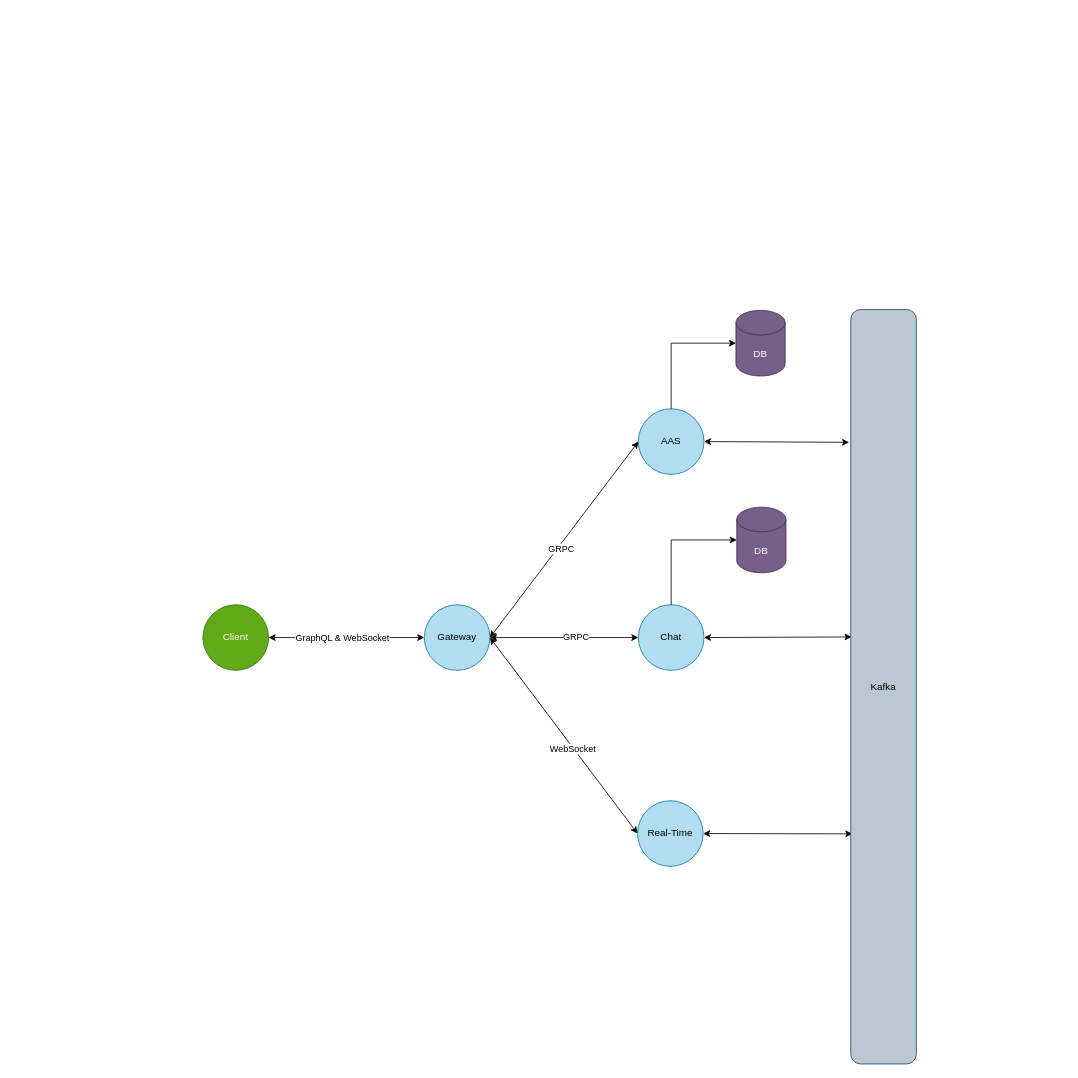
Above: documentation/Overview Architecture.drawio in Kirlos-Melad/Veigo-Chat (draw.io), before the change. Source tidied: cells renumbered, new cells numbered last; positions are measured from the earlier drawing's top-left corner, leaving out a move shared by most shapes. Both pictures are drawn from the tidied source at 82%, with x=0, y=0 at pixel (203, 309). Pictures stored in the file or linked from it are replaced by grey dashed boxes.
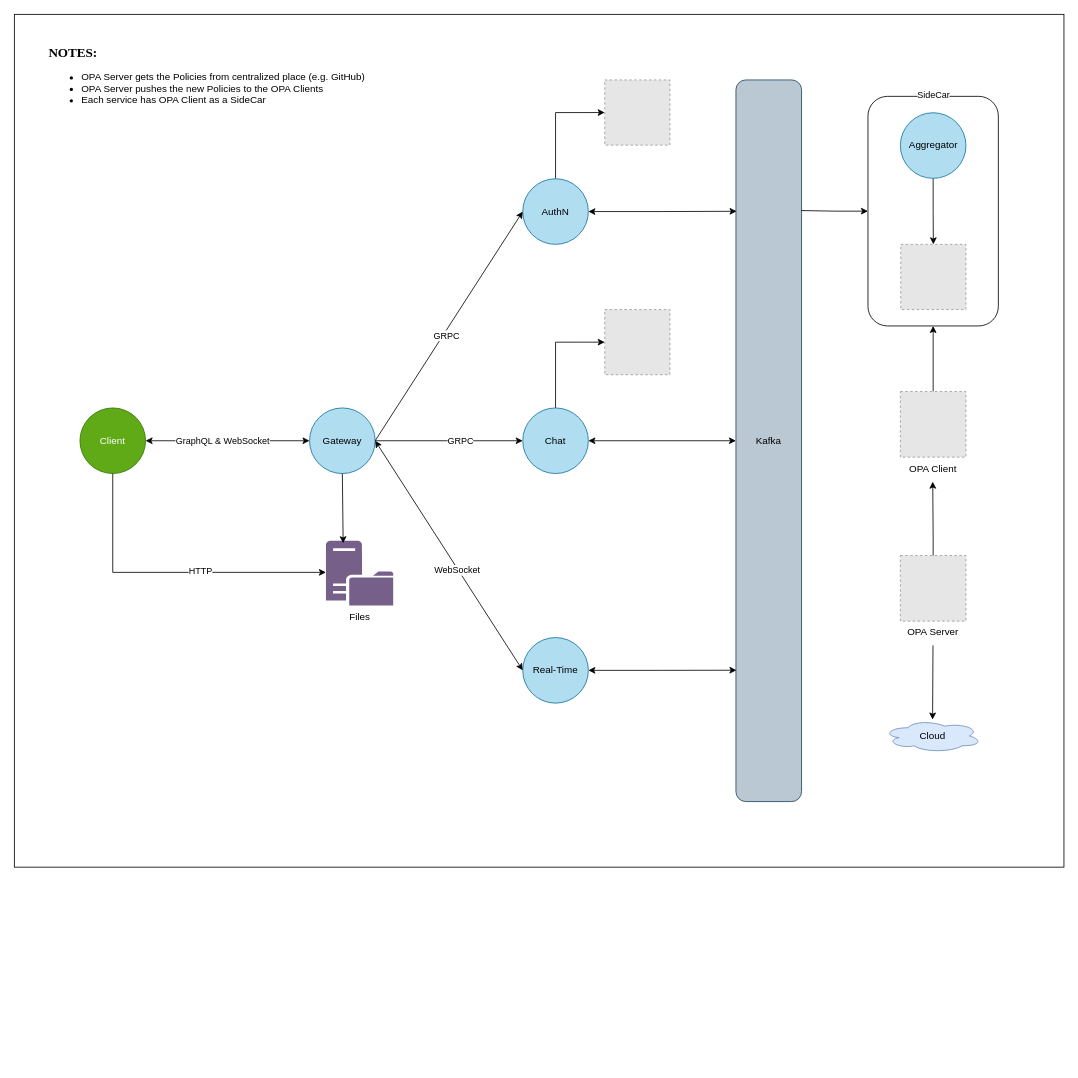
After the change.

Commit message:
Enhance Architecture for better scalability

Diff of the diagram source:
```diff
@@
+    <mxCell id="23" style="rounded=0;whiteSpace=wrap;html=1;fillColor=none;" parent="1" vertex="1">
+      <mxGeometry x="-230" y="-360" width="1280" height="1040" as="geometry" />
+    </mxCell>
+    <mxCell id="24" style="rounded=1;whiteSpace=wrap;html=1;fillColor=none;" parent="1" vertex="1">
+      <mxGeometry x="811" y="-260" width="159" height="280" as="geometry" />
+    </mxCell>
     <mxCell id="2" value="Gateway" style="ellipse;whiteSpace=wrap;html=1;fillColor=#b1ddf0;strokeColor=#10739e;" parent="1" vertex="1">
-      <mxGeometry x="270" y="360" width="80" height="80" as="geometry" />
+      <mxGeometry x="130" y="120" width="80" height="80" as="geometry" />
     </mxCell>
+    <mxCell id="25" style="edgeStyle=orthogonalEdgeStyle;rounded=0;jettySize=auto;html=1;entryX=0;entryY=0.5;entryDx=0;entryDy=0;" parent="1" edge="1" source="3" target="42">
+      <mxGeometry relative="1" as="geometry">
+        <Array as="points">
+          <mxPoint x="430" y="40" />
+        </Array>
+      </mxGeometry>
+    </mxCell>
+    <mxCell id="7" style="edgeStyle=orthogonalEdgeStyle;rounded=0;jettySize=auto;html=1;entryX=0;entryY=0.5;entryDx=0;entryDy=0;startArrow=classic;startFill=1;" parent="1" edge="1" source="3" target="20">
+      <mxGeometry relative="1" as="geometry" />
+    </mxCell>
     <mxCell id="3" value="Chat" style="ellipse;whiteSpace=wrap;html=1;fillColor=#b1ddf0;strokeColor=#10739e;" parent="1" vertex="1">
-      <mxGeometry x="531" y="360" width="80" height="80" as="geometry" />
+      <mxGeometry x="390" y="120" width="80" height="80" as="geometry" />
     </mxCell>
+    <mxCell id="26" style="edgeStyle=orthogonalEdgeStyle;rounded=0;jettySize=auto;html=1;entryX=0;entryY=0.5;entryDx=0;entryDy=0;" parent="1" edge="1" source="4" target="43">
+      <mxGeometry relative="1" as="geometry">
+        <Array as="points">
+          <mxPoint x="430" y="-240" />
+        </Array>
+      </mxGeometry>
+    </mxCell>
-    <mxCell id="4" value="AAS" style="ellipse;whiteSpace=wrap;html=1;fillColor=#b1ddf0;strokeColor=#10739e;" parent="1" vertex="1">
-      <mxGeometry x="531" y="121" width="80" height="80" as="geometry" />
+    <mxCell id="4" value="AuthN" style="ellipse;whiteSpace=wrap;html=1;fillColor=#b1ddf0;strokeColor=#10739e;" parent="1" vertex="1">
+      <mxGeometry x="390" y="-159.5" width="80" height="80" as="geometry" />
     </mxCell>
     <mxCell id="5" value="Real-Time" style="ellipse;whiteSpace=wrap;html=1;fillColor=#b1ddf0;strokeColor=#10739e;" parent="1" vertex="1">
-      <mxGeometry x="530" y="599" width="80" height="80" as="geometry" />
+      <mxGeometry x="390" y="400" width="80" height="80" as="geometry" />
     </mxCell>
-    <mxCell id="6" style="endArrow=classic;startArrow=classic;html=1;rounded=0;exitX=1;exitY=0.5;exitDx=0;exitDy=0;entryX=-0.025;entryY=0.176;entryDx=0;entryDy=0;entryPerimeter=0;" parent="1" edge="1" source="4" target="20">
-      <mxGeometry relative="1" as="geometry" />
-    </mxCell>
-    <mxCell id="7" style="endArrow=classic;startArrow=classic;html=1;rounded=0;exitX=1;exitY=0.5;exitDx=0;exitDy=0;entryX=0.013;entryY=0.434;entryDx=0;entryDy=0;entryPerimeter=0;" parent="1" edge="1" source="3" target="20">
-      <mxGeometry relative="1" as="geometry" />
-    </mxCell>
-    <mxCell id="8" style="endArrow=classic;startArrow=classic;html=1;rounded=0;exitX=1;exitY=0.5;exitDx=0;exitDy=0;entryX=0.025;entryY=0.695;entryDx=0;entryDy=0;entryPerimeter=0;" parent="1" edge="1" source="5" target="20">
-      <mxGeometry relative="1" as="geometry" />
-    </mxCell>
-    <mxCell id="9" style="endArrow=classic;startArrow=classic;html=1;rounded=0;exitX=1;exitY=0.5;exitDx=0;exitDy=0;entryX=0;entryY=0.5;entryDx=0;entryDy=0;" parent="1" edge="1" source="2" target="3">
+    <mxCell id="9" style="endArrow=classic;startArrow=none;html=1;rounded=0;exitX=1;exitY=0.5;exitDx=0;exitDy=0;entryX=0;entryY=0.5;entryDx=0;entryDy=0;startFill=0;" parent="1" edge="1" source="2" target="3">
       <mxGeometry relative="1" as="geometry" />
     </mxCell>
@@
-    <mxCell id="11" style="endArrow=classic;startArrow=classic;html=1;rounded=0;exitX=1;exitY=0.5;exitDx=0;exitDy=0;entryX=0;entryY=0.5;entryDx=0;entryDy=0;" parent="1" edge="1" source="2" target="4">
+    <mxCell id="11" style="endArrow=classic;startArrow=none;html=1;rounded=0;exitX=1;exitY=0.5;exitDx=0;exitDy=0;entryX=0;entryY=0.5;entryDx=0;entryDy=0;startFill=0;" parent="1" edge="1" source="2" target="4">
       <mxGeometry relative="1" as="geometry" />
     </mxCell>
@@
     <mxCell id="17" value="Client" style="ellipse;whiteSpace=wrap;html=1;fillColor=#60a917;fontColor=#ffffff;strokeColor=#2D7600;" parent="1" vertex="1">
-      <mxGeometry y="360" width="80" height="80" as="geometry" />
+      <mxGeometry x="-150" y="120" width="80" height="80" as="geometry" />
     </mxCell>
-    <mxCell id="18" value="DB" style="shape=cylinder3;whiteSpace=wrap;html=1;boundedLbl=1;backgroundOutline=1;size=15;fillColor=#76608a;strokeColor=#432D57;fontColor=#ffffff;" parent="1" vertex="1">
-      <mxGeometry x="650" y="1" width="60" height="80" as="geometry" />
-    </mxCell>
-    <mxCell id="19" value="DB" style="shape=cylinder3;whiteSpace=wrap;html=1;boundedLbl=1;backgroundOutline=1;size=15;fillColor=#76608a;fontColor=#ffffff;strokeColor=#432D57;" parent="1" vertex="1">
-      <mxGeometry x="651" y="241" width="60" height="80" as="geometry" />
-    </mxCell>
     <mxCell id="20" value="Kafka" style="rounded=1;whiteSpace=wrap;html=1;fillColor=#bac8d3;strokeColor=#23445d;" parent="1" vertex="1">
-      <mxGeometry x="790" width="80" height="920" as="geometry" />
+      <mxGeometry x="650" y="-280" width="80" height="880" as="geometry" />
     </mxCell>
-    <mxCell id="21" style="edgeStyle=orthogonalEdgeStyle;rounded=0;jettySize=auto;html=1;entryX=0;entryY=0.5;entryDx=0;entryDy=0;entryPerimeter=0;" parent="1" edge="1" source="4" target="18">
-      <mxGeometry relative="1" as="geometry">
-        <Array as="points">
-          <mxPoint x="571" y="41" />
-        </Array>
-      </mxGeometry>
-    </mxCell>
-    <mxCell id="22" style="edgeStyle=orthogonalEdgeStyle;rounded=0;jettySize=auto;html=1;entryX=0;entryY=0.5;entryDx=0;entryDy=0;entryPerimeter=0;" parent="1" edge="1" source="3" target="19">
-      <mxGeometry relative="1" as="geometry">
-        <Array as="points">
-          <mxPoint x="571" y="281" />
-        </Array>
-      </mxGeometry>
-    </mxCell>
+    <mxCell id="27" value="Files" style="sketch=0;shadow=0;dashed=0;html=1;strokeColor=none;labelPosition=center;verticalLabelPosition=bottom;verticalAlign=top;align=center;fillColor=#76608A;shape=mxgraph.mscae.system_center.distribution_point;" parent="1" vertex="1">
+      <mxGeometry x="150" y="282" width="82" height="79" as="geometry" />
+    </mxCell>
+    <mxCell id="28" style="rounded=0;jettySize=auto;html=1;entryX=0.256;entryY=0.038;entryDx=0;entryDy=0;entryPerimeter=0;" parent="1" edge="1" source="2" target="27">
+      <mxGeometry relative="1" as="geometry" />
+    </mxCell>
+    <mxCell id="29" style="edgeStyle=orthogonalEdgeStyle;rounded=0;orthogonalLoop=1;jettySize=auto;html=1;entryX=0;entryY=0.5;entryDx=0;entryDy=0;entryPerimeter=0;startArrow=none;startFill=0;" parent="1" edge="1">
+      <mxGeometry relative="1" as="geometry">
+        <mxPoint x="-110" y="200" as="sourcePoint" />
+        <mxPoint x="150" y="320.5" as="targetPoint" />
+        <Array as="points">
+          <mxPoint x="-110" y="321" />
+        </Array>
+      </mxGeometry>
+    </mxCell>
+    <mxCell id="30" value="HTTP" style="edgeLabel;html=1;align=center;verticalAlign=middle;" parent="29" vertex="1">
+      <mxGeometry x="0.19" y="3" relative="1" as="geometry">
+        <mxPoint x="1" y="1" as="offset" />
+      </mxGeometry>
+    </mxCell>
+    <mxCell id="31" value="SideCar" style="edgeLabel;html=1;align=center;verticalAlign=middle;" parent="29" vertex="1">
+      <mxGeometry x="0.19" y="3" relative="1" as="geometry">
+        <mxPoint x="895" y="-580" as="offset" />
+      </mxGeometry>
+    </mxCell>
+    <mxCell id="32" style="edgeStyle=orthogonalEdgeStyle;rounded=0;jettySize=auto;html=1;entryX=0.5;entryY=0;entryDx=0;entryDy=0;" parent="1" edge="1" source="33" target="39">
+      <mxGeometry relative="1" as="geometry" />
+    </mxCell>
+    <mxCell id="33" value="Aggregator" style="ellipse;whiteSpace=wrap;html=1;fillColor=#b1ddf0;strokeColor=#10739e;" parent="1" vertex="1">
+      <mxGeometry x="850.5" y="-240" width="80" height="80" as="geometry" />
+    </mxCell>
+    <mxCell id="34" style="edgeStyle=orthogonalEdgeStyle;rounded=0;jettySize=auto;html=1;entryX=0.5;entryY=1;entryDx=0;entryDy=0;exitX=0.5;exitY=0;exitDx=0;exitDy=0;" parent="1" edge="1" source="35" target="24">
+      <mxGeometry relative="1" as="geometry" />
+    </mxCell>
+    <mxCell id="35" value="OPA Client" style="fillColor=#E6E6E6;strokeColor=#999999;dashed=1;verticalLabelPosition=bottom;labelBackgroundColor=default;verticalAlign=top;rotation=0;" parent="1" vertex="1">
+      <mxGeometry x="850.5" y="100" width="80" height="80" as="geometry" />
+    </mxCell>
+    <mxCell id="36" value="OPA Server" style="fillColor=#E6E6E6;strokeColor=#999999;dashed=1;verticalLabelPosition=bottom;labelBackgroundColor=default;verticalAlign=top;rotation=0;" parent="1" vertex="1">
+      <mxGeometry x="850.5" y="300" width="80" height="80" as="geometry" />
+    </mxCell>
+    <mxCell id="37" value="Cloud" style="ellipse;shape=cloud;whiteSpace=wrap;html=1;align=center;fillColor=#dae8fc;strokeColor=#6c8ebf;" parent="1" vertex="1">
+      <mxGeometry x="829.8" y="500" width="120" height="40" as="geometry" />
+    </mxCell>
+    <mxCell id="38" value="&lt;pre&gt;&lt;b&gt;&lt;font face=&quot;Times New Roman&quot; style=&quot;font-size: 16px;&quot;&gt;NOTES:&lt;/font&gt;&lt;/b&gt;&lt;/pre&gt;&lt;div&gt;&lt;ul&gt;&lt;li&gt;&lt;font face=&quot;qGgyCSBYeg5GerJeodt9&quot;&gt;OPA Server gets the Policies from centralized place (e.g. GitHub)&lt;/font&gt;&lt;/li&gt;&lt;li&gt;&lt;font face=&quot;qGgyCSBYeg5GerJeodt9&quot;&gt;OPA Server pushes the new Policies to the OPA Clients&lt;/font&gt;&lt;/li&gt;&lt;li&gt;&lt;font face=&quot;qGgyCSBYeg5GerJeodt9&quot;&gt;Each service has OPA Client as a SideCar&lt;/font&gt;&lt;/li&gt;&lt;/ul&gt;&lt;/div&gt;" style="text;html=1;align=left;verticalAlign=middle;strokeColor=none;fillColor=none;" parent="1" vertex="1">
+      <mxGeometry x="-190" y="-340" width="380" height="110" as="geometry" />
+    </mxCell>
+    <mxCell id="39" style="fillColor=#E6E6E6;strokeColor=#999999;dashed=1;verticalLabelPosition=bottom;labelBackgroundColor=default;verticalAlign=top;rotation=0;" parent="1" vertex="1">
+      <mxGeometry x="851" y="-79.5" width="79.5" height="79.5" as="geometry" />
+    </mxCell>
+    <mxCell id="40" style="edgeStyle=orthogonalEdgeStyle;rounded=0;jettySize=auto;html=1;entryX=0.875;entryY=0.548;entryDx=0;entryDy=0;entryPerimeter=0;" parent="1" edge="1" source="36" target="23">
+      <mxGeometry relative="1" as="geometry" />
+    </mxCell>
+    <mxCell id="41" style="rounded=0;jettySize=auto;html=1;" parent="1" edge="1" target="37">
+      <mxGeometry relative="1" as="geometry">
+        <mxPoint x="890.3" y="409.6" as="sourcePoint" />
+      </mxGeometry>
+    </mxCell>
+    <mxCell id="42" style="fillColor=#E6E6E6;strokeColor=#999999;dashed=1;verticalLabelPosition=bottom;labelBackgroundColor=default;verticalAlign=top;rotation=0;" parent="1" vertex="1">
+      <mxGeometry x="490" width="79.5" height="79.5" as="geometry" />
+    </mxCell>
+    <mxCell id="43" style="fillColor=#E6E6E6;strokeColor=#999999;dashed=1;verticalLabelPosition=bottom;labelBackgroundColor=default;verticalAlign=top;rotation=0;" parent="1" vertex="1">
+      <mxGeometry x="490" y="-280" width="79.5" height="79.5" as="geometry" />
+    </mxCell>
+    <mxCell id="6" style="edgeStyle=orthogonalEdgeStyle;rounded=0;jettySize=auto;html=1;entryX=0.01;entryY=0.182;entryDx=0;entryDy=0;entryPerimeter=0;startArrow=classic;startFill=1;" parent="1" edge="1" source="4" target="20">
+      <mxGeometry relative="1" as="geometry" />
+    </mxCell>
+    <mxCell id="44" style="edgeStyle=orthogonalEdgeStyle;rounded=0;jettySize=auto;html=1;entryX=0.997;entryY=0.181;entryDx=0;entryDy=0;entryPerimeter=0;startArrow=classic;startFill=1;endArrow=none;endFill=0;" parent="1" edge="1" source="24" target="20">
+      <mxGeometry relative="1" as="geometry" />
+    </mxCell>
+    <mxCell id="8" style="edgeStyle=orthogonalEdgeStyle;rounded=0;jettySize=auto;html=1;entryX=0.008;entryY=0.818;entryDx=0;entryDy=0;entryPerimeter=0;startArrow=classic;startFill=1;" parent="1" edge="1" source="5" target="20">
+      <mxGeometry relative="1" as="geometry" />
+    </mxCell>
```
